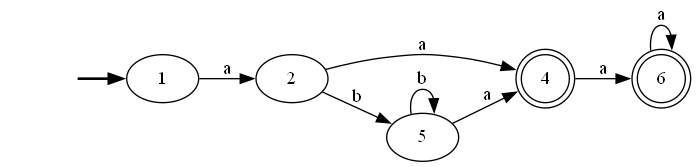
Above: Pre-laboratorio B/AFNtoAFD#2PreLabB.gv.png in bar20807/CompiladorProyect (Graphviz), before the change. Its source is kept beside it as Pre-laboratorio B/AFNtoAFD#2PreLabB.gv. Its diagram source:
```dot
digraph "AFNtoAFD#2PreLabB" {
	graph [rankdir=LR]
	fake [style=invisible]
	fake -> 1 [style=bold]
	1 [root=true]
	2
	1 -> 2 [label=a]
	2
	4 [shape=doublecircle]
	2 -> 4 [label=a]
	5
	2 -> 5 [label=b]
	4 [shape=doublecircle]
	6 [shape=doublecircle]
	4 -> 6 [label=a]
	5
	5 -> 4 [label=a]
	5 -> 5 [label=b]
	6 [shape=doublecircle]
	6 -> 6 [label=a]
}
```
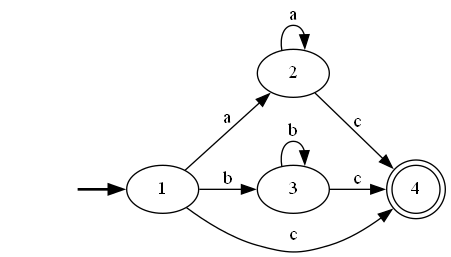
The same file after the commit.

Diff of the diagram source:
```diff
@@ -5,17 +5,15 @@
 	1 [root=true]
 	2
 	1 -> 2 [label=a]
+	3
+	1 -> 3 [label=b]
+	4 [shape=doublecircle]
+	1 -> 4 [label=c]
 	2
+	2 -> 2 [label=a]
+	2 -> 4 [label=c]
+	3
+	3 -> 3 [label=b]
+	3 -> 4 [label=c]
 	4 [shape=doublecircle]
-	2 -> 4 [label=a]
-	5
-	2 -> 5 [label=b]
-	4 [shape=doublecircle]
-	6 [shape=doublecircle]
-	4 -> 6 [label=a]
-	5
-	5 -> 4 [label=a]
-	5 -> 5 [label=b]
-	6 [shape=doublecircle]
-	6 -> 6 [label=a]
 }
```
